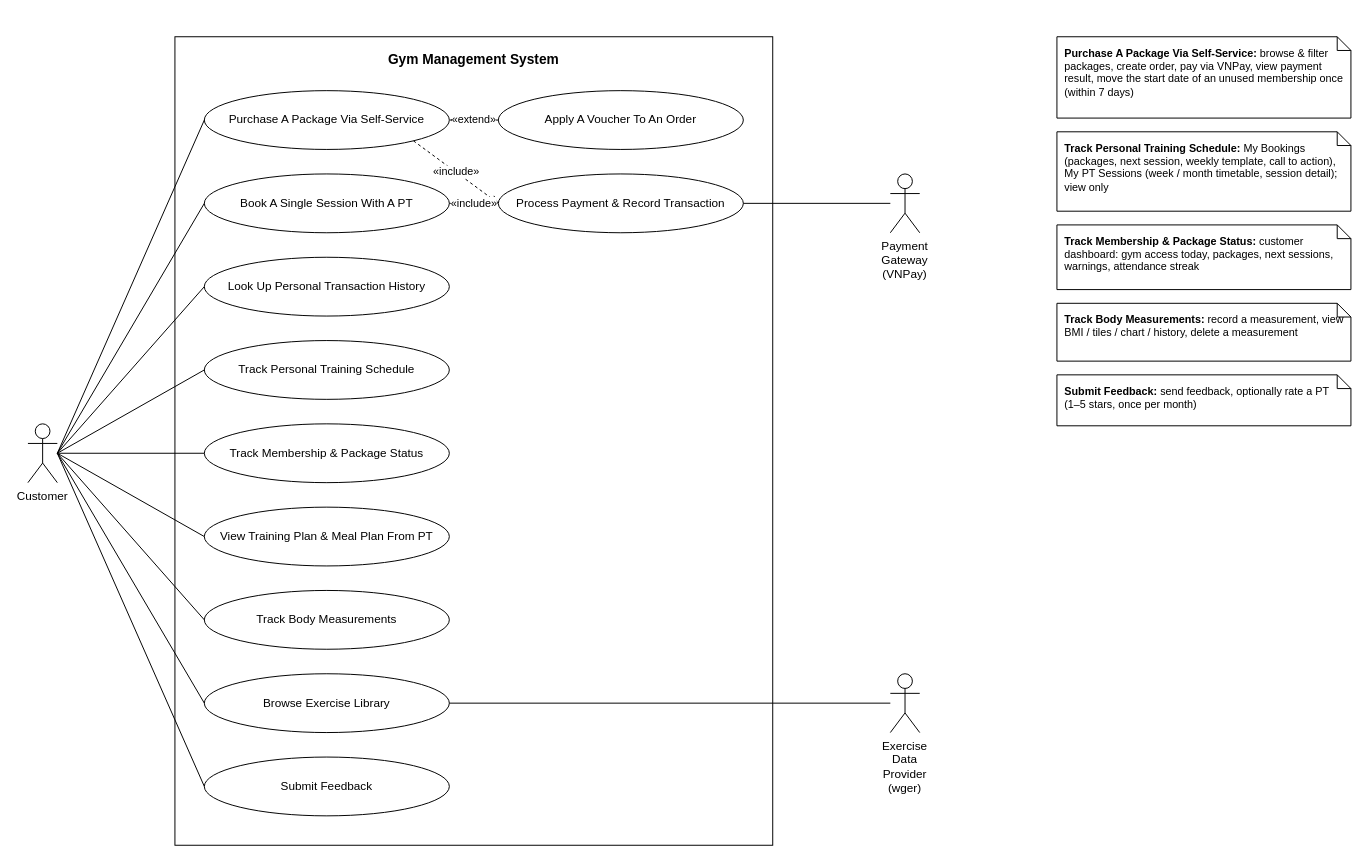
Earlier version of the draw.io diagram docs/srs-update/uc-diagrams/UC_Customer.drawio (Thomas-luckyclover/gym-management-system). Source tidied: cells renumbered, new cells numbered last; positions are measured from the earlier drawing's top-left corner, leaving out a move shared by most shapes. Both pictures are drawn from the tidied source at 98%, with x=0, y=0 at pixel (27, 36).
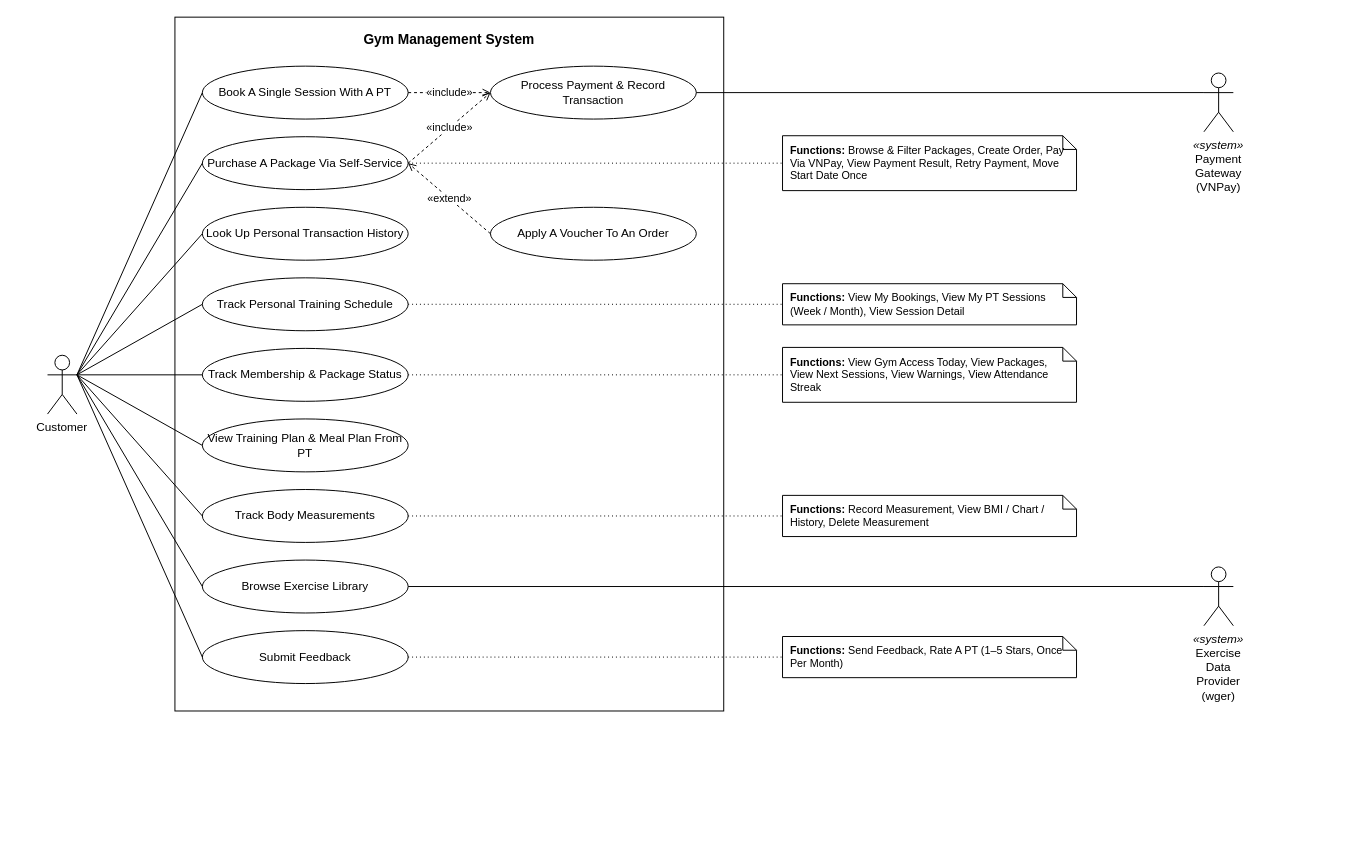
After the change.

What changed in the source:
```diff
@@
     <mxCell id="2" value="Gym Management System" style="rounded=0;whiteSpace=wrap;html=1;fillColor=#FFFFFF;strokeColor=#000000;verticalAlign=top;align=center;fontStyle=1;spacingTop=8;fontFamily=Helvetica;fontSize=14;" parent="1" vertex="1">
-      <mxGeometry x="150" width="610" height="825" as="geometry" />
+      <mxGeometry x="150" y="-20" width="560" height="708" as="geometry" />
     </mxCell>
+    <mxCell id="4" value="Book A Single Session With A PT" style="ellipse;whiteSpace=wrap;html=1;fillColor=#FFFFFF;strokeColor=#000000;fontFamily=Helvetica;fontSize=12;" parent="1" vertex="1">
+      <mxGeometry x="178" y="30" width="210" height="54" as="geometry" />
+    </mxCell>
     <mxCell id="3" value="Purchase A Package Via Self-Service" style="ellipse;whiteSpace=wrap;html=1;fillColor=#FFFFFF;strokeColor=#000000;fontFamily=Helvetica;fontSize=12;" parent="1" vertex="1">
-      <mxGeometry x="180" y="55" width="250" height="60" as="geometry" />
+      <mxGeometry x="178" y="102" width="210" height="54" as="geometry" />
     </mxCell>
-    <mxCell id="4" value="Book A Single Session With A PT" style="ellipse;whiteSpace=wrap;html=1;fillColor=#FFFFFF;strokeColor=#000000;fontFamily=Helvetica;fontSize=12;" parent="1" vertex="1">
-      <mxGeometry x="180" y="140" width="250" height="60" as="geometry" />
-    </mxCell>
     <mxCell id="5" value="Look Up Personal Transaction History" style="ellipse;whiteSpace=wrap;html=1;fillColor=#FFFFFF;strokeColor=#000000;fontFamily=Helvetica;fontSize=12;" parent="1" vertex="1">
-      <mxGeometry x="180" y="225" width="250" height="60" as="geometry" />
+      <mxGeometry x="178" y="174" width="210" height="54" as="geometry" />
     </mxCell>
     <mxCell id="6" value="Track Personal Training Schedule" style="ellipse;whiteSpace=wrap;html=1;fillColor=#FFFFFF;strokeColor=#000000;fontFamily=Helvetica;fontSize=12;" parent="1" vertex="1">
-      <mxGeometry x="180" y="310" width="250" height="60" as="geometry" />
+      <mxGeometry x="178" y="246" width="210" height="54" as="geometry" />
     </mxCell>
     <mxCell id="7" value="Track Membership &amp; Package Status" style="ellipse;whiteSpace=wrap;html=1;fillColor=#FFFFFF;strokeColor=#000000;fontFamily=Helvetica;fontSize=12;" parent="1" vertex="1">
-      <mxGeometry x="180" y="395" width="250" height="60" as="geometry" />
+      <mxGeometry x="178" y="318" width="210" height="54" as="geometry" />
     </mxCell>
     <mxCell id="8" value="View Training Plan &amp; Meal Plan From PT" style="ellipse;whiteSpace=wrap;html=1;fillColor=#FFFFFF;strokeColor=#000000;fontFamily=Helvetica;fontSize=12;" parent="1" vertex="1">
-      <mxGeometry x="180" y="480" width="250" height="60" as="geometry" />
+      <mxGeometry x="178" y="390" width="210" height="54" as="geometry" />
     </mxCell>
     <mxCell id="9" value="Track Body Measurements" style="ellipse;whiteSpace=wrap;html=1;fillColor=#FFFFFF;strokeColor=#000000;fontFamily=Helvetica;fontSize=12;" parent="1" vertex="1">
-      <mxGeometry x="180" y="565" width="250" height="60" as="geometry" />
+      <mxGeometry x="178" y="462" width="210" height="54" as="geometry" />
     </mxCell>
     <mxCell id="10" value="Browse Exercise Library" style="ellipse;whiteSpace=wrap;html=1;fillColor=#FFFFFF;strokeColor=#000000;fontFamily=Helvetica;fontSize=12;" parent="1" vertex="1">
-      <mxGeometry x="180" y="650" width="250" height="60" as="geometry" />
+      <mxGeometry x="178" y="534" width="210" height="54" as="geometry" />
     </mxCell>
     <mxCell id="11" value="Submit Feedback" style="ellipse;whiteSpace=wrap;html=1;fillColor=#FFFFFF;strokeColor=#000000;fontFamily=Helvetica;fontSize=12;" parent="1" vertex="1">
-      <mxGeometry x="180" y="735" width="250" height="60" as="geometry" />
+      <mxGeometry x="178" y="606" width="210" height="54" as="geometry" />
     </mxCell>
+    <mxCell id="13" value="Process Payment &amp; Record Transaction" style="ellipse;whiteSpace=wrap;html=1;fillColor=#FFFFFF;strokeColor=#000000;fontFamily=Helvetica;fontSize=12;" parent="1" vertex="1">
+      <mxGeometry x="472" y="30" width="210" height="54" as="geometry" />
+    </mxCell>
     <mxCell id="12" value="Apply A Voucher To An Order" style="ellipse;whiteSpace=wrap;html=1;fillColor=#FFFFFF;strokeColor=#000000;fontFamily=Helvetica;fontSize=12;" parent="1" vertex="1">
-      <mxGeometry x="480" y="55" width="250" height="60" as="geometry" />
+      <mxGeometry x="472" y="174" width="210" height="54" as="geometry" />
     </mxCell>
-    <mxCell id="13" value="Process Payment &amp; Record Transaction" style="ellipse;whiteSpace=wrap;html=1;fillColor=#FFFFFF;strokeColor=#000000;fontFamily=Helvetica;fontSize=12;" parent="1" vertex="1">
-      <mxGeometry x="480" y="140" width="250" height="60" as="geometry" />
-    </mxCell>
     <mxCell id="14" value="Customer" style="shape=umlActor;verticalLabelPosition=bottom;verticalAlign=top;html=1;outlineConnect=0;fillColor=#FFFFFF;strokeColor=#000000;whiteSpace=wrap;fontFamily=Helvetica;fontSize=12;" parent="1" vertex="1">
-      <mxGeometry y="395" width="30" height="60" as="geometry" />
+      <mxGeometry x="20" y="325" width="30" height="60" as="geometry" />
     </mxCell>
-    <mxCell id="15" value="Payment Gateway (VNPay)" style="shape=umlActor;verticalLabelPosition=bottom;verticalAlign=top;html=1;outlineConnect=0;fillColor=#FFFFFF;strokeColor=#000000;whiteSpace=wrap;fontFamily=Helvetica;fontSize=12;" parent="1" vertex="1">
-      <mxGeometry x="880" y="140" width="30" height="60" as="geometry" />
+    <mxCell id="15" value="&lt;i&gt;«system»&lt;/i&gt;&lt;br&gt;Payment Gateway (VNPay)" style="shape=umlActor;verticalLabelPosition=bottom;verticalAlign=top;html=1;outlineConnect=0;fillColor=#FFFFFF;strokeColor=#000000;whiteSpace=wrap;fontFamily=Helvetica;fontSize=12;" parent="1" vertex="1">
+      <mxGeometry x="1200" y="37" width="30" height="60" as="geometry" />
     </mxCell>
-    <mxCell id="16" value="Exercise Data Provider (wger)" style="shape=umlActor;verticalLabelPosition=bottom;verticalAlign=top;html=1;outlineConnect=0;fillColor=#FFFFFF;strokeColor=#000000;whiteSpace=wrap;fontFamily=Helvetica;fontSize=12;" parent="1" vertex="1">
-      <mxGeometry x="880" y="650" width="30" height="60" as="geometry" />
+    <mxCell id="16" value="&lt;i&gt;«system»&lt;/i&gt;&lt;br&gt;Exercise Data Provider (wger)" style="shape=umlActor;verticalLabelPosition=bottom;verticalAlign=top;html=1;outlineConnect=0;fillColor=#FFFFFF;strokeColor=#000000;whiteSpace=wrap;fontFamily=Helvetica;fontSize=12;" parent="1" vertex="1">
+      <mxGeometry x="1200" y="541" width="30" height="60" as="geometry" />
     </mxCell>
-    <mxCell id="17" style="html=1;rounded=0;strokeColor=#000000;endArrow=none;exitX=1;exitY=0.5;exitDx=0;exitDy=0;entryX=0;entryY=0.5;entryDx=0;entryDy=0;" parent="1" edge="1" source="14" target="3">
+    <mxCell id="17" style="html=1;rounded=0;strokeColor=#000000;endArrow=none;exitX=1;exitY=0.333;exitDx=0;exitDy=0;entryX=0;entryY=0.5;entryDx=0;entryDy=0;" parent="1" edge="1" source="14" target="4">
       <mxGeometry relative="1" as="geometry" />
     </mxCell>
-    <mxCell id="18" style="html=1;rounded=0;strokeColor=#000000;endArrow=none;exitX=1;exitY=0.5;exitDx=0;exitDy=0;entryX=0;entryY=0.5;entryDx=0;entryDy=0;" parent="1" edge="1" source="14" target="4">
+    <mxCell id="18" style="html=1;rounded=0;strokeColor=#000000;endArrow=none;exitX=1;exitY=0.333;exitDx=0;exitDy=0;entryX=0;entryY=0.5;entryDx=0;entryDy=0;" parent="1" edge="1" source="14" target="3">
       <mxGeometry relative="1" as="geometry" />
     </mxCell>
-    <mxCell id="19" style="html=1;rounded=0;strokeColor=#000000;endArrow=none;exitX=1;exitY=0.5;exitDx=0;exitDy=0;entryX=0;entryY=0.5;entryDx=0;entryDy=0;" parent="1" edge="1" source="14" target="5">
+    <mxCell id="19" style="html=1;rounded=0;strokeColor=#000000;endArrow=none;exitX=1;exitY=0.333;exitDx=0;exitDy=0;entryX=0;entryY=0.5;entryDx=0;entryDy=0;" parent="1" edge="1" source="14" target="5">
       <mxGeometry relative="1" as="geometry" />
     </mxCell>
-    <mxCell id="20" style="html=1;rounded=0;strokeColor=#000000;endArrow=none;exitX=1;exitY=0.5;exitDx=0;exitDy=0;entryX=0;entryY=0.5;entryDx=0;entryDy=0;" parent="1" edge="1" source="14" target="6">
+    <mxCell id="20" style="html=1;rounded=0;strokeColor=#000000;endArrow=none;exitX=1;exitY=0.333;exitDx=0;exitDy=0;entryX=0;entryY=0.5;entryDx=0;entryDy=0;" parent="1" edge="1" source="14" target="6">
       <mxGeometry relative="1" as="geometry" />
     </mxCell>
-    <mxCell id="21" style="html=1;rounded=0;strokeColor=#000000;endArrow=none;exitX=1;exitY=0.5;exitDx=0;exitDy=0;entryX=0;entryY=0.5;entryDx=0;entryDy=0;" parent="1" edge="1" source="14" target="7">
+    <mxCell id="21" style="html=1;rounded=0;strokeColor=#000000;endArrow=none;exitX=1;exitY=0.333;exitDx=0;exitDy=0;entryX=0;entryY=0.5;entryDx=0;entryDy=0;" parent="1" edge="1" source="14" target="7">
       <mxGeometry relative="1" as="geometry" />
     </mxCell>
-    <mxCell id="22" style="html=1;rounded=0;strokeColor=#000000;endArrow=none;exitX=1;exitY=0.5;exitDx=0;exitDy=0;entryX=0;entryY=0.5;entryDx=0;entryDy=0;" parent="1" edge="1" source="14" target="8">
+    <mxCell id="22" style="html=1;rounded=0;strokeColor=#000000;endArrow=none;exitX=1;exitY=0.333;exitDx=0;exitDy=0;entryX=0;entryY=0.5;entryDx=0;entryDy=0;" parent="1" edge="1" source="14" target="8">
       <mxGeometry relative="1" as="geometry" />
     </mxCell>
-    <mxCell id="23" style="html=1;rounded=0;strokeColor=#000000;endArrow=none;exitX=1;exitY=0.5;exitDx=0;exitDy=0;entryX=0;entryY=0.5;entryDx=0;entryDy=0;" parent="1" edge="1" source="14" target="9">
+    <mxCell id="23" style="html=1;rounded=0;strokeColor=#000000;endArrow=none;exitX=1;exitY=0.333;exitDx=0;exitDy=0;entryX=0;entryY=0.5;entryDx=0;entryDy=0;" parent="1" edge="1" source="14" target="9">
       <mxGeometry relative="1" as="geometry" />
     </mxCell>
-    <mxCell id="24" style="html=1;rounded=0;strokeColor=#000000;endArrow=none;exitX=1;exitY=0.5;exitDx=0;exitDy=0;entryX=0;entryY=0.5;entryDx=0;entryDy=0;" parent="1" edge="1" source="14" target="10">
+    <mxCell id="24" style="html=1;rounded=0;strokeColor=#000000;endArrow=none;exitX=1;exitY=0.333;exitDx=0;exitDy=0;entryX=0;entryY=0.5;entryDx=0;entryDy=0;" parent="1" edge="1" source="14" target="10">
       <mxGeometry relative="1" as="geometry" />
     </mxCell>
-    <mxCell id="25" style="html=1;rounded=0;strokeColor=#000000;endArrow=none;exitX=1;exitY=0.5;exitDx=0;exitDy=0;entryX=0;entryY=0.5;entryDx=0;entryDy=0;" parent="1" edge="1" source="14" target="11">
+    <mxCell id="25" style="html=1;rounded=0;strokeColor=#000000;endArrow=none;exitX=1;exitY=0.333;exitDx=0;exitDy=0;entryX=0;entryY=0.5;entryDx=0;entryDy=0;" parent="1" edge="1" source="14" target="11">
       <mxGeometry relative="1" as="geometry" />
     </mxCell>
-    <mxCell id="26" style="html=1;rounded=0;strokeColor=#000000;endArrow=none;exitX=0;exitY=0.5;exitDx=0;exitDy=0;entryX=1;entryY=0.5;entryDx=0;entryDy=0;" parent="1" edge="1" source="15" target="13">
+    <mxCell id="26" style="html=1;rounded=0;strokeColor=#000000;endArrow=none;exitX=0;exitY=0.333;exitDx=0;exitDy=0;entryX=1;entryY=0.5;entryDx=0;entryDy=0;" parent="1" edge="1" source="15" target="13">
       <mxGeometry relative="1" as="geometry" />
     </mxCell>
-    <mxCell id="27" style="html=1;rounded=0;strokeColor=#000000;endArrow=none;exitX=0;exitY=0.5;exitDx=0;exitDy=0;entryX=1;entryY=0.5;entryDx=0;entryDy=0;" parent="1" edge="1" source="16" target="10">
+    <mxCell id="27" style="html=1;rounded=0;strokeColor=#000000;endArrow=none;exitX=0;exitY=0.333;exitDx=0;exitDy=0;entryX=1;entryY=0.5;entryDx=0;entryDy=0;" parent="1" edge="1" source="16" target="10">
       <mxGeometry relative="1" as="geometry" />
     </mxCell>
-    <mxCell id="28" value="«extend»" style="html=1;rounded=0;strokeColor=#000000;endArrow=open;endFill=0;dashed=1;labelBackgroundColor=#FFFFFF;fontFamily=Helvetica;fontSize=11;exitX=0;exitY=0.5;exitDx=0;exitDy=0;entryX=1;entryY=0.5;entryDx=0;entryDy=0;" parent="1" edge="1" source="12" target="3">
+    <mxCell id="28" value="«include»" style="html=1;rounded=0;strokeColor=#000000;endArrow=open;endFill=0;dashed=1;labelBackgroundColor=#FFFFFF;fontFamily=Helvetica;fontSize=11;exitX=1;exitY=0.5;exitDx=0;exitDy=0;entryX=0;entryY=0.5;entryDx=0;entryDy=0;" parent="1" edge="1" source="4" target="13">
       <mxGeometry relative="1" as="geometry" />
     </mxCell>
-    <mxCell id="29" value="«include»" style="html=1;rounded=0;strokeColor=#000000;endArrow=open;endFill=0;dashed=1;labelBackgroundColor=#FFFFFF;fontFamily=Helvetica;fontSize=11;exitX=1;exitY=1;exitDx=0;exitDy=0;entryX=0;entryY=0.5;entryDx=0;entryDy=0;" parent="1" edge="1" source="3" target="13">
+    <mxCell id="29" value="«include»" style="html=1;rounded=0;strokeColor=#000000;endArrow=open;endFill=0;dashed=1;labelBackgroundColor=#FFFFFF;fontFamily=Helvetica;fontSize=11;exitX=1;exitY=0.5;exitDx=0;exitDy=0;entryX=0;entryY=0.5;entryDx=0;entryDy=0;" parent="1" edge="1" source="3" target="13">
       <mxGeometry relative="1" as="geometry" />
     </mxCell>
-    <mxCell id="30" value="«include»" style="html=1;rounded=0;strokeColor=#000000;endArrow=open;endFill=0;dashed=1;labelBackgroundColor=#FFFFFF;fontFamily=Helvetica;fontSize=11;exitX=1;exitY=0.5;exitDx=0;exitDy=0;entryX=0;entryY=0.5;entryDx=0;entryDy=0;" parent="1" edge="1" source="4" target="13">
+    <mxCell id="30" value="«extend»" style="html=1;rounded=0;strokeColor=#000000;endArrow=open;endFill=0;dashed=1;labelBackgroundColor=#FFFFFF;fontFamily=Helvetica;fontSize=11;exitX=0;exitY=0.5;exitDx=0;exitDy=0;entryX=1;entryY=0.5;entryDx=0;entryDy=0;" parent="1" edge="1" source="12" target="3">
       <mxGeometry relative="1" as="geometry" />
     </mxCell>
-    <mxCell id="31" value="&lt;b&gt;Purchase A Package Via Self-Service:&lt;/b&gt; browse &amp; filter packages, create order, pay via VNPay, view payment result, move the start date of an unused membership once (within 7 days)" style="shape=note;size=14;whiteSpace=wrap;html=1;fillColor=#FFFFFF;strokeColor=#000000;align=left;verticalAlign=top;spacingLeft=6;spacingRight=6;spacingTop=4;fontFamily=Helvetica;fontSize=11;" parent="1" vertex="1">
-      <mxGeometry x="1050" width="300" height="83" as="geometry" />
+    <mxCell id="31" value="&lt;b&gt;Functions:&lt;/b&gt; Browse &amp; Filter Packages, Create Order, Pay Via VNPay, View Payment Result, Retry Payment, Move Start Date Once" style="shape=note;size=14;whiteSpace=wrap;html=1;fillColor=#FFFFFF;strokeColor=#000000;align=left;verticalAlign=middle;spacingLeft=6;spacingRight=6;fontFamily=Helvetica;fontSize=11;" parent="1" vertex="1">
+      <mxGeometry x="770" y="101" width="300" height="56" as="geometry" />
     </mxCell>
+    <mxCell id="36" style="html=1;rounded=0;strokeColor=#000000;endArrow=none;dashed=1;dashPattern=1 3;exitX=1;exitY=0.5;exitDx=0;exitDy=0;entryX=0;entryY=0.5;entryDx=0;entryDy=0;" parent="1" edge="1" source="3" target="31">
+      <mxGeometry relative="1" as="geometry" />
+    </mxCell>
-    <mxCell id="32" value="&lt;b&gt;Track Personal Training Schedule:&lt;/b&gt; My Bookings (packages, next session, weekly template, call to action), My PT Sessions (week / month timetable, session detail); view only" style="shape=note;size=14;whiteSpace=wrap;html=1;fillColor=#FFFFFF;strokeColor=#000000;align=left;verticalAlign=top;spacingLeft=6;spacingRight=6;spacingTop=4;fontFamily=Helvetica;fontSize=11;" parent="1" vertex="1">
-      <mxGeometry x="1050" y="97" width="300" height="81" as="geometry" />
+    <mxCell id="32" value="&lt;b&gt;Functions:&lt;/b&gt; View My Bookings, View My PT Sessions (Week / Month), View Session Detail" style="shape=note;size=14;whiteSpace=wrap;html=1;fillColor=#FFFFFF;strokeColor=#000000;align=left;verticalAlign=middle;spacingLeft=6;spacingRight=6;fontFamily=Helvetica;fontSize=11;" parent="1" vertex="1">
+      <mxGeometry x="770" y="252" width="300" height="42" as="geometry" />
     </mxCell>
+    <mxCell id="37" style="html=1;rounded=0;strokeColor=#000000;endArrow=none;dashed=1;dashPattern=1 3;exitX=1;exitY=0.5;exitDx=0;exitDy=0;entryX=0;entryY=0.5;entryDx=0;entryDy=0;" parent="1" edge="1" source="6" target="32">
+      <mxGeometry relative="1" as="geometry" />
+    </mxCell>
-    <mxCell id="33" value="&lt;b&gt;Track Membership &amp; Package Status:&lt;/b&gt; customer dashboard: gym access today, packages, next sessions, warnings, attendance streak" style="shape=note;size=14;whiteSpace=wrap;html=1;fillColor=#FFFFFF;strokeColor=#000000;align=left;verticalAlign=top;spacingLeft=6;spacingRight=6;spacingTop=4;fontFamily=Helvetica;fontSize=11;" parent="1" vertex="1">
-      <mxGeometry x="1050" y="192" width="300" height="66" as="geometry" />
+    <mxCell id="33" value="&lt;b&gt;Functions:&lt;/b&gt; View Gym Access Today, View Packages, View Next Sessions, View Warnings, View Attendance Streak" style="shape=note;size=14;whiteSpace=wrap;html=1;fillColor=#FFFFFF;strokeColor=#000000;align=left;verticalAlign=middle;spacingLeft=6;spacingRight=6;fontFamily=Helvetica;fontSize=11;" parent="1" vertex="1">
+      <mxGeometry x="770" y="317" width="300" height="56" as="geometry" />
     </mxCell>
+    <mxCell id="38" style="html=1;rounded=0;strokeColor=#000000;endArrow=none;dashed=1;dashPattern=1 3;exitX=1;exitY=0.5;exitDx=0;exitDy=0;entryX=0;entryY=0.5;entryDx=0;entryDy=0;" parent="1" edge="1" source="7" target="33">
+      <mxGeometry relative="1" as="geometry" />
+    </mxCell>
-    <mxCell id="34" value="&lt;b&gt;Track Body Measurements:&lt;/b&gt; record a measurement, view BMI / tiles / chart / history, delete a measurement" style="shape=note;size=14;whiteSpace=wrap;html=1;fillColor=#FFFFFF;strokeColor=#000000;align=left;verticalAlign=top;spacingLeft=6;spacingRight=6;spacingTop=4;fontFamily=Helvetica;fontSize=11;" parent="1" vertex="1">
-      <mxGeometry x="1050" y="272" width="300" height="59" as="geometry" />
+    <mxCell id="34" value="&lt;b&gt;Functions:&lt;/b&gt; Record Measurement, View BMI / Chart / History, Delete Measurement" style="shape=note;size=14;whiteSpace=wrap;html=1;fillColor=#FFFFFF;strokeColor=#000000;align=left;verticalAlign=middle;spacingLeft=6;spacingRight=6;fontFamily=Helvetica;fontSize=11;" parent="1" vertex="1">
+      <mxGeometry x="770" y="468" width="300" height="42" as="geometry" />
     </mxCell>
+    <mxCell id="39" style="html=1;rounded=0;strokeColor=#000000;endArrow=none;dashed=1;dashPattern=1 3;exitX=1;exitY=0.5;exitDx=0;exitDy=0;entryX=0;entryY=0.5;entryDx=0;entryDy=0;" parent="1" edge="1" source="9" target="34">
+      <mxGeometry relative="1" as="geometry" />
+    </mxCell>
-    <mxCell id="35" value="&lt;b&gt;Submit Feedback:&lt;/b&gt; send feedback, optionally rate a PT (1–5 stars, once per month)" style="shape=note;size=14;whiteSpace=wrap;html=1;fillColor=#FFFFFF;strokeColor=#000000;align=left;verticalAlign=top;spacingLeft=6;spacingRight=6;spacingTop=4;fontFamily=Helvetica;fontSize=11;" parent="1" vertex="1">
-      <mxGeometry x="1050" y="345" width="300" height="52" as="geometry" />
+    <mxCell id="35" value="&lt;b&gt;Functions:&lt;/b&gt; Send Feedback, Rate A PT (1–5 Stars, Once Per Month)" style="shape=note;size=14;whiteSpace=wrap;html=1;fillColor=#FFFFFF;strokeColor=#000000;align=left;verticalAlign=middle;spacingLeft=6;spacingRight=6;fontFamily=Helvetica;fontSize=11;" parent="1" vertex="1">
+      <mxGeometry x="770" y="612" width="300" height="42" as="geometry" />
     </mxCell>
+    <mxCell id="40" style="html=1;rounded=0;strokeColor=#000000;endArrow=none;dashed=1;dashPattern=1 3;exitX=1;exitY=0.5;exitDx=0;exitDy=0;entryX=0;entryY=0.5;entryDx=0;entryDy=0;" parent="1" edge="1" source="11" target="35">
+      <mxGeometry relative="1" as="geometry" />
+    </mxCell>
```
